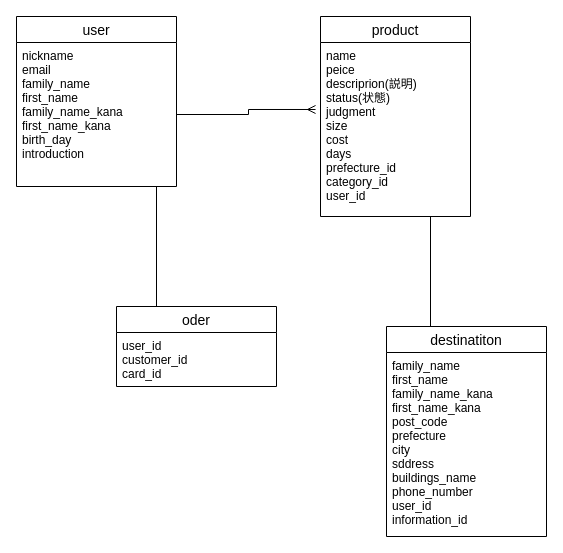
The draw.io diagram furima.dio in renharano/furima-33045, before the edit. Source tidied: cells renumbered, new cells numbered last; positions are measured from the earlier drawing's top-left corner, leaving out a move shared by most shapes. Both pictures are drawn from the tidied source at 100%, with x=0, y=0 at pixel (16, 16).
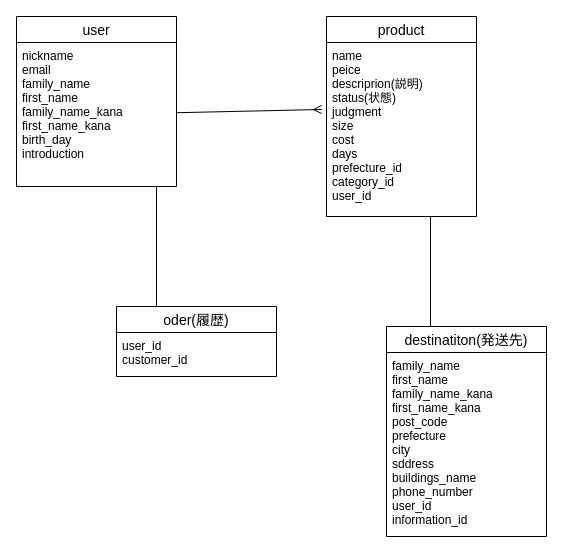
Above is the later version.

What changed in the source:
```diff
@@
 <mxGraphModel>
   <root>
     <mxCell id="0" />
     <mxCell id="1" parent="0" />
     <mxCell id="2" value="user" style="swimlane;fontStyle=0;horizontal=1;startSize=26;align=center;fontSize=14;" parent="1" vertex="1">
       <mxGeometry width="160" height="170" as="geometry" />
     </mxCell>
     <mxCell id="3" value="nickname&#10;email&#10;family_name&#10;first_name&#10;family_name_kana&#10;first_name_kana&#10;birth_day&#10;introduction" style="text;strokeColor=none;fillColor=none;spacingLeft=4;spacingRight=4;overflow=hidden;points=[[0,0.5],[1,0.5]];portConstraint=eastwest;fontSize=12;" parent="2" vertex="1">
       <mxGeometry y="26" width="160" height="144" as="geometry" />
     </mxCell>
     <mxCell id="4" value="product" style="swimlane;fontStyle=0;horizontal=1;startSize=26;align=center;fontSize=14;" parent="1" vertex="1">
-      <mxGeometry x="304" width="150" height="200" as="geometry" />
+      <mxGeometry x="310" width="150" height="200" as="geometry" />
     </mxCell>
     <mxCell id="5" value="name&#10;peice&#10;descriprion(説明)&#10;status(状態)&#10;judgment&#10;size&#10;cost&#10;days&#10;prefecture_id&#10;category_id&#10;user_id&#10;" style="text;strokeColor=none;fillColor=none;spacingLeft=4;spacingRight=4;overflow=hidden;points=[[0,0.5],[1,0.5]];portConstraint=eastwest;fontSize=12;" parent="4" vertex="1">
       <mxGeometry y="26" width="150" height="174" as="geometry" />
     </mxCell>
     <mxCell id="6" style="edgeStyle=orthogonalEdgeStyle;rounded=0;jettySize=auto;html=1;exitX=0.25;exitY=0;exitDx=0;exitDy=0;endArrow=none;endFill=0;" parent="1" edge="1" source="7">
       <mxGeometry relative="1" as="geometry">
         <mxPoint x="140" y="170" as="targetPoint" />
       </mxGeometry>
     </mxCell>
-    <mxCell id="7" value="oder" style="swimlane;fontStyle=0;horizontal=1;startSize=26;align=center;fontSize=14;" parent="1" vertex="1">
-      <mxGeometry x="100" y="290" width="160" height="80" as="geometry" />
+    <mxCell id="7" value="oder(履歴)" style="swimlane;fontStyle=0;horizontal=1;startSize=26;align=center;fontSize=14;" parent="1" vertex="1">
+      <mxGeometry x="100" y="290" width="160" height="70" as="geometry" />
     </mxCell>
-    <mxCell id="8" value="user_id&#10;customer_id&#10;card_id" style="text;strokeColor=none;fillColor=none;spacingLeft=4;spacingRight=4;overflow=hidden;fontSize=12;" parent="7" vertex="1">
-      <mxGeometry y="26" width="160" height="54" as="geometry" />
+    <mxCell id="8" value="user_id&#10;customer_id" style="text;strokeColor=none;fillColor=none;spacingLeft=4;spacingRight=4;overflow=hidden;fontSize=12;" parent="7" vertex="1">
+      <mxGeometry y="26" width="160" height="44" as="geometry" />
     </mxCell>
     <mxCell id="9" style="edgeStyle=orthogonalEdgeStyle;rounded=0;jettySize=auto;html=1;exitX=0.25;exitY=0;exitDx=0;exitDy=0;endArrow=none;endFill=0;" parent="1" edge="1" source="10">
       <mxGeometry relative="1" as="geometry">
         <mxPoint x="414" y="200" as="targetPoint" />
         <Array as="points">
           <mxPoint x="414" y="310" />
         </Array>
       </mxGeometry>
     </mxCell>
-    <mxCell id="10" value="destinatiton" style="swimlane;fontStyle=0;horizontal=1;startSize=26;align=center;fontSize=14;" parent="1" vertex="1">
+    <mxCell id="10" value="destinatiton(発送先)" style="swimlane;fontStyle=0;horizontal=1;startSize=26;align=center;fontSize=14;" parent="1" vertex="1">
       <mxGeometry x="370" y="310" width="160" height="210" as="geometry" />
     </mxCell>
     <mxCell id="11" value="family_name&#10;first_name&#10;family_name_kana&#10;first_name_kana&#10;post_code&#10;prefecture&#10;city&#10;sddress&#10;buildings_name&#10;phone_number&#10;user_id&#10;information_id&#10;" style="text;strokeColor=none;fillColor=none;spacingLeft=4;spacingRight=4;overflow=hidden;fontSize=12;" parent="10" vertex="1">
       <mxGeometry y="26" width="160" height="184" as="geometry" />
     </mxCell>
-    <mxCell id="12" style="edgeStyle=orthogonalEdgeStyle;rounded=0;jettySize=auto;html=1;entryX=-0.033;entryY=0.385;entryDx=0;entryDy=0;entryPerimeter=0;endArrow=ERmany;endFill=0;" parent="1" edge="1" source="3" target="5">
+    <mxCell id="12" style="rounded=0;jettySize=auto;html=1;entryX=-0.033;entryY=0.385;entryDx=0;entryDy=0;entryPerimeter=0;endArrow=ERmany;endFill=0;" parent="1" edge="1" source="3" target="5">
       <mxGeometry relative="1" as="geometry" />
     </mxCell>
   </root>
 </mxGraphModel>
```
